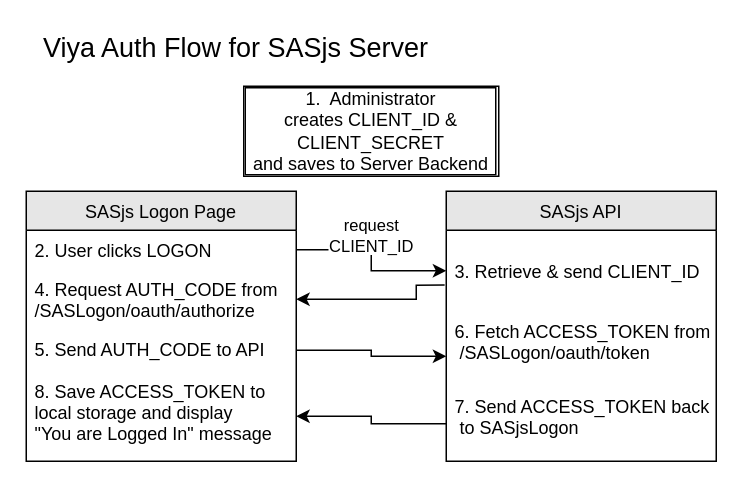
This is docs/draw.io/viyaflow.drawio from sasjs/server.sasjs.io, a draw.io file, before an edit. Source tidied: cells renumbered, new cells numbered last; positions are measured from the earlier drawing's top-left corner, leaving out a move shared by most shapes. Both pictures are drawn from the tidied source at 150%, with x=0, y=0 at pixel (26, 26).
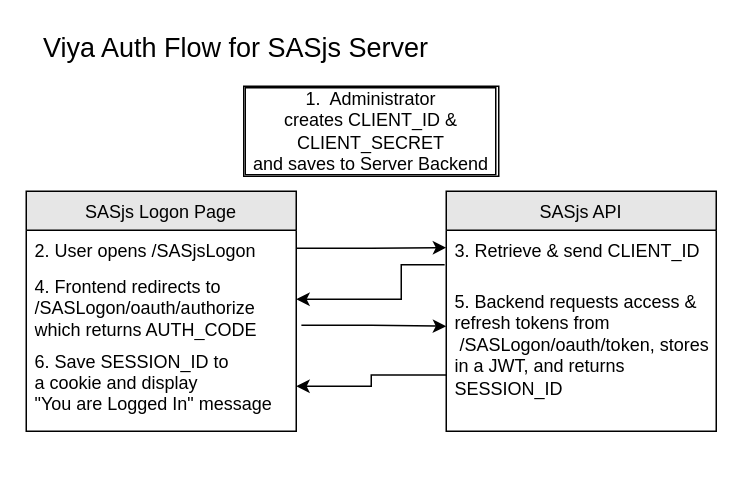
Above is the later version.

Diff of the diagram source:
```diff
@@
     <mxCell id="2" value="SASjs Logon Page" style="swimlane;fontStyle=0;horizontal=1;startSize=26;strokeColor=#000000;fillColor=#E6E6E6;color:#000000;fontColor=#000000;" parent="1" vertex="1">
-      <mxGeometry y="110" width="180" height="180" as="geometry" />
+      <mxGeometry y="110" width="180" height="160" as="geometry" />
     </mxCell>
-    <mxCell id="3" value="2. User clicks LOGON" style="text;strokeColor=none;fillColor=none;align=left;verticalAlign=top;spacingLeft=4;spacingRight=4;overflow=hidden;points=[[0,0.5],[1,0.5]];portConstraint=eastwest;fontColor=#000000;" parent="2" vertex="1">
-      <mxGeometry y="26" width="180" height="26" as="geometry" />
+    <mxCell id="3" value="2. User opens /SASjsLogon" style="text;strokeColor=none;fillColor=none;align=left;verticalAlign=top;spacingLeft=4;spacingRight=4;overflow=hidden;points=[[0,0.5],[1,0.5]];portConstraint=eastwest;fontColor=#000000;whiteSpace=wrap;" parent="2" vertex="1">
+      <mxGeometry y="26" width="180" height="24" as="geometry" />
     </mxCell>
-    <mxCell id="4" value="4. Request AUTH_CODE from &#10;/SASLogon/oauth/authorize" style="text;strokeColor=none;fillColor=none;align=left;verticalAlign=top;spacingLeft=4;spacingRight=4;overflow=hidden;points=[[0,0.5],[1,0.5]];portConstraint=eastwest;fontColor=#000000;" parent="2" vertex="1">
-      <mxGeometry y="52" width="180" height="40" as="geometry" />
+    <mxCell id="4" value="4. Frontend redirects to  &#10;/SASLogon/oauth/authorize which returns AUTH_CODE" style="text;strokeColor=none;fillColor=none;align=left;verticalAlign=top;spacingLeft=4;spacingRight=4;overflow=hidden;points=[[0,0.5],[1,0.5]];portConstraint=eastwest;fontColor=#000000;whiteSpace=wrap;" parent="2" vertex="1">
+      <mxGeometry y="50" width="180" height="50" as="geometry" />
     </mxCell>
-    <mxCell id="5" value="5. Send AUTH_CODE to API" style="text;strokeColor=none;fillColor=none;align=left;verticalAlign=top;spacingLeft=4;spacingRight=4;overflow=hidden;points=[[0,0.5],[1,0.5]];portConstraint=eastwest;fontColor=#000000;" parent="2" vertex="1">
-      <mxGeometry y="92" width="180" height="28" as="geometry" />
-    </mxCell>
-    <mxCell id="6" value="8. Save ACCESS_TOKEN to&#10;local storage and display &#10;&quot;You are Logged In&quot; message" style="text;strokeColor=none;fillColor=none;align=left;verticalAlign=top;spacingLeft=4;spacingRight=4;overflow=hidden;points=[[0,0.5],[1,0.5]];portConstraint=eastwest;fontColor=#000000;" parent="2" vertex="1">
-      <mxGeometry y="120" width="180" height="60" as="geometry" />
+    <mxCell id="6" value="6. Save SESSION_ID to&#10;a cookie and display &#10;&quot;You are Logged In&quot; message" style="text;strokeColor=none;fillColor=none;align=left;verticalAlign=top;spacingLeft=4;spacingRight=4;overflow=hidden;points=[[0,0.5],[1,0.5]];portConstraint=eastwest;fontColor=#000000;" parent="2" vertex="1">
+      <mxGeometry y="100" width="180" height="60" as="geometry" />
     </mxCell>
+    <mxCell id="17" style="edgeStyle=orthogonalEdgeStyle;rounded=0;orthogonalLoop=1;jettySize=auto;html=1;exitX=1;exitY=0.5;exitDx=0;exitDy=0;labelBackgroundColor=none;fontSize=10;fontColor=#000000;strokeColor=#000000;fillColor=#000000;" parent="2" edge="1" source="4" target="4">
+      <mxGeometry relative="1" as="geometry" />
+    </mxCell>
     <mxCell id="7" value="SASjs API" style="swimlane;fontStyle=0;horizontal=1;startSize=26;fontColor=#000000;fillColor=#E6E6E6;strokeColor=#000000;" parent="1" vertex="1">
-      <mxGeometry x="280" y="110" width="180" height="180" as="geometry" />
+      <mxGeometry x="280" y="110" width="180" height="160" as="geometry" />
     </mxCell>
-    <mxCell id="8" value="&#10;3. Retrieve &amp; send CLIENT_ID" style="text;strokeColor=none;fillColor=none;align=left;verticalAlign=top;spacingLeft=4;spacingRight=4;overflow=hidden;points=[[0,0.5],[1,0.5]];portConstraint=eastwest;fontColor=#000000;" parent="7" vertex="1">
-      <mxGeometry y="26" width="180" height="54" as="geometry" />
+    <mxCell id="8" value="3. Retrieve &amp; send CLIENT_ID" style="text;strokeColor=none;fillColor=none;align=left;verticalAlign=top;spacingLeft=4;spacingRight=4;overflow=hidden;points=[[0,0.5],[1,0.5]];portConstraint=eastwest;fontColor=#000000;" parent="7" vertex="1">
+      <mxGeometry y="26" width="180" height="34" as="geometry" />
     </mxCell>
-    <mxCell id="9" value="6. Fetch ACCESS_TOKEN from&#10; /SASLogon/oauth/token " style="text;strokeColor=none;fillColor=none;align=left;verticalAlign=top;spacingLeft=4;spacingRight=4;overflow=hidden;points=[[0,0.5],[1,0.5]];portConstraint=eastwest;fontColor=#000000;" parent="7" vertex="1">
-      <mxGeometry y="80" width="180" height="50" as="geometry" />
+    <mxCell id="9" value="5. Backend requests access &amp; refresh tokens from&#10; /SASLogon/oauth/token, stores in a JWT, and returns SESSION_ID&#10;" style="text;strokeColor=none;fillColor=none;align=left;verticalAlign=top;spacingLeft=4;spacingRight=4;overflow=hidden;points=[[0,0.5],[1,0.5]];portConstraint=eastwest;fontColor=#000000;whiteSpace=wrap;" parent="7" vertex="1">
+      <mxGeometry y="60" width="180" height="100" as="geometry" />
     </mxCell>
-    <mxCell id="10" value="7. Send ACCESS_TOKEN back&#10; to SASjsLogon" style="text;strokeColor=none;fillColor=none;align=left;verticalAlign=top;spacingLeft=4;spacingRight=4;overflow=hidden;points=[[0,0.5],[1,0.5]];portConstraint=eastwest;fontColor=#000000;" parent="7" vertex="1">
-      <mxGeometry y="130" width="180" height="50" as="geometry" />
-    </mxCell>
-    <mxCell id="11" value="&lt;span style=&quot;background-color: rgb(255 , 255 , 255)&quot;&gt;request &lt;br&gt;CLIENT_ID&lt;/span&gt;" style="edgeStyle=orthogonalEdgeStyle;rounded=0;jettySize=auto;html=1;exitX=1;exitY=0.5;exitDx=0;exitDy=0;entryX=0;entryY=0.5;entryDx=0;entryDy=0;fontColor=#000000;labelBackgroundColor=none;labelBorderColor=none;strokeColor=#000000;" parent="1" edge="1" source="3" target="8">
+    <mxCell id="11" style="edgeStyle=orthogonalEdgeStyle;rounded=0;jettySize=auto;html=1;exitX=1;exitY=0.5;exitDx=0;exitDy=0;entryX=0;entryY=0.341;entryDx=0;entryDy=0;fontColor=#000000;labelBackgroundColor=none;labelBorderColor=none;strokeColor=#000000;entryPerimeter=0;" parent="1" edge="1" source="3" target="8">
       <mxGeometry x="-0.12" y="-9" relative="1" as="geometry">
         <mxPoint x="9" y="-9" as="offset" />
       </mxGeometry>
     </mxCell>
-    <mxCell id="12" style="edgeStyle=orthogonalEdgeStyle;rounded=0;jettySize=auto;html=1;exitX=1;exitY=0.5;exitDx=0;exitDy=0;strokeColor=#000000;" parent="1" edge="1" source="5" target="9">
-      <mxGeometry relative="1" as="geometry">
-        <Array as="points">
-          <mxPoint x="230" y="216" />
-          <mxPoint x="230" y="220" />
-        </Array>
-      </mxGeometry>
-    </mxCell>
     <mxCell id="13" style="edgeStyle=orthogonalEdgeStyle;rounded=0;jettySize=auto;html=1;fillColor=#000000;strokeColor=#000000;exitX=-0.006;exitY=0.677;exitDx=0;exitDy=0;exitPerimeter=0;" parent="1" edge="1" source="8" target="4">
       <mxGeometry relative="1" as="geometry">
         <Array as="points">
-          <mxPoint x="260" y="173" />
-          <mxPoint x="260" y="182" />
+          <mxPoint x="250" y="159" />
+          <mxPoint x="250" y="182" />
         </Array>
       </mxGeometry>
     </mxCell>
-    <mxCell id="14" style="edgeStyle=orthogonalEdgeStyle;rounded=0;jettySize=auto;html=1;entryX=1;entryY=0.5;entryDx=0;entryDy=0;strokeColor=#000000;" parent="1" edge="1" source="10" target="6">
-      <mxGeometry relative="1" as="geometry" />
-    </mxCell>
@@
+    <mxCell id="18" style="edgeStyle=orthogonalEdgeStyle;rounded=0;jettySize=auto;html=1;exitX=0;exitY=0.625;exitDx=0;exitDy=0;labelBackgroundColor=none;fontSize=10;fontColor=#000000;strokeColor=#000000;fillColor=#000000;exitPerimeter=0;entryX=1;entryY=0.5;entryDx=0;entryDy=0;" parent="1" edge="1" source="9" target="6">
+      <mxGeometry relative="1" as="geometry" />
+    </mxCell>
+    <mxCell id="19" style="edgeStyle=orthogonalEdgeStyle;rounded=0;jettySize=auto;html=1;exitX=1.019;exitY=0.785;exitDx=0;exitDy=0;entryX=0;entryY=0.3;entryDx=0;entryDy=0;entryPerimeter=0;labelBackgroundColor=none;fontSize=10;fontColor=#000000;strokeColor=#000000;fillColor=#000000;exitPerimeter=0;" parent="1" edge="1" source="4" target="9">
+      <mxGeometry relative="1" as="geometry" />
+    </mxCell>
```
